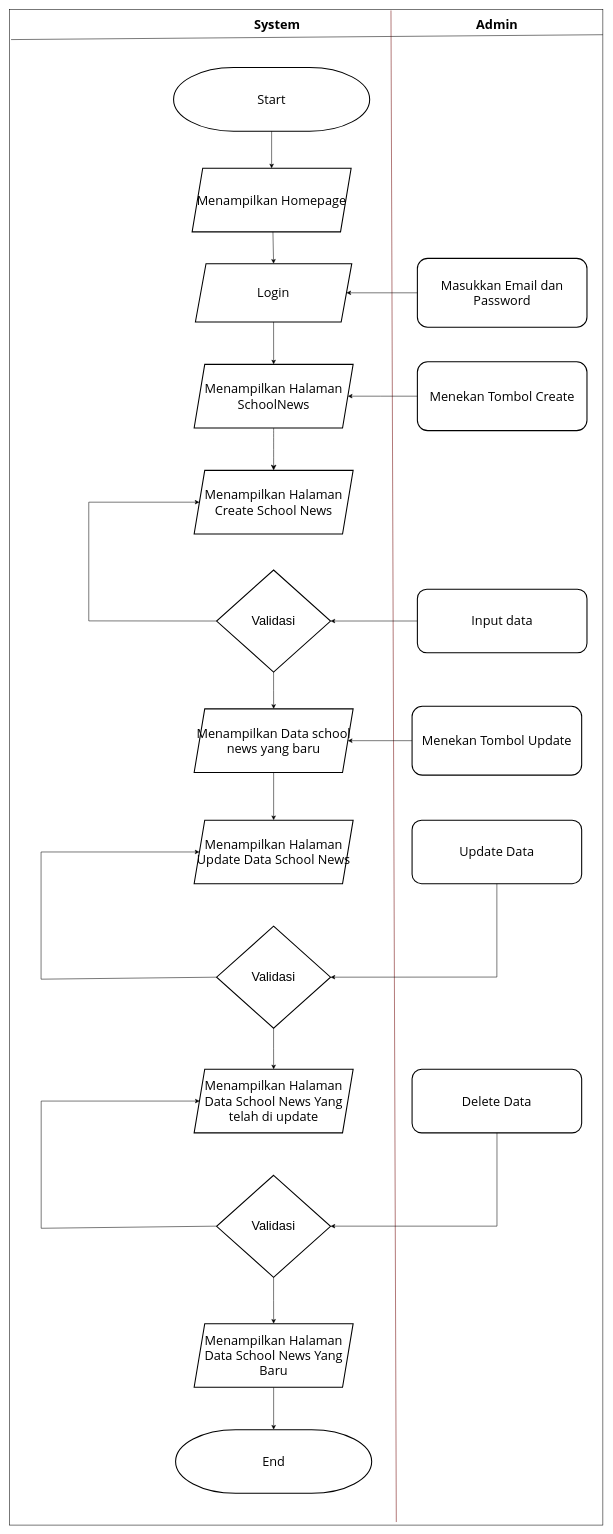
AldoGunawan/kp-tapung keeps this draw.io diagram as page "Page-2" (2 of 3) of Untitled Diagram.drawio. Above is the earlier version. Source tidied: cells renumbered, new cells numbered last; positions are measured from the earlier drawing's top-left corner, leaving out a move shared by most shapes. Both pictures are drawn from the tidied source at 53%, with x=0, y=0 at pixel (9, 9).
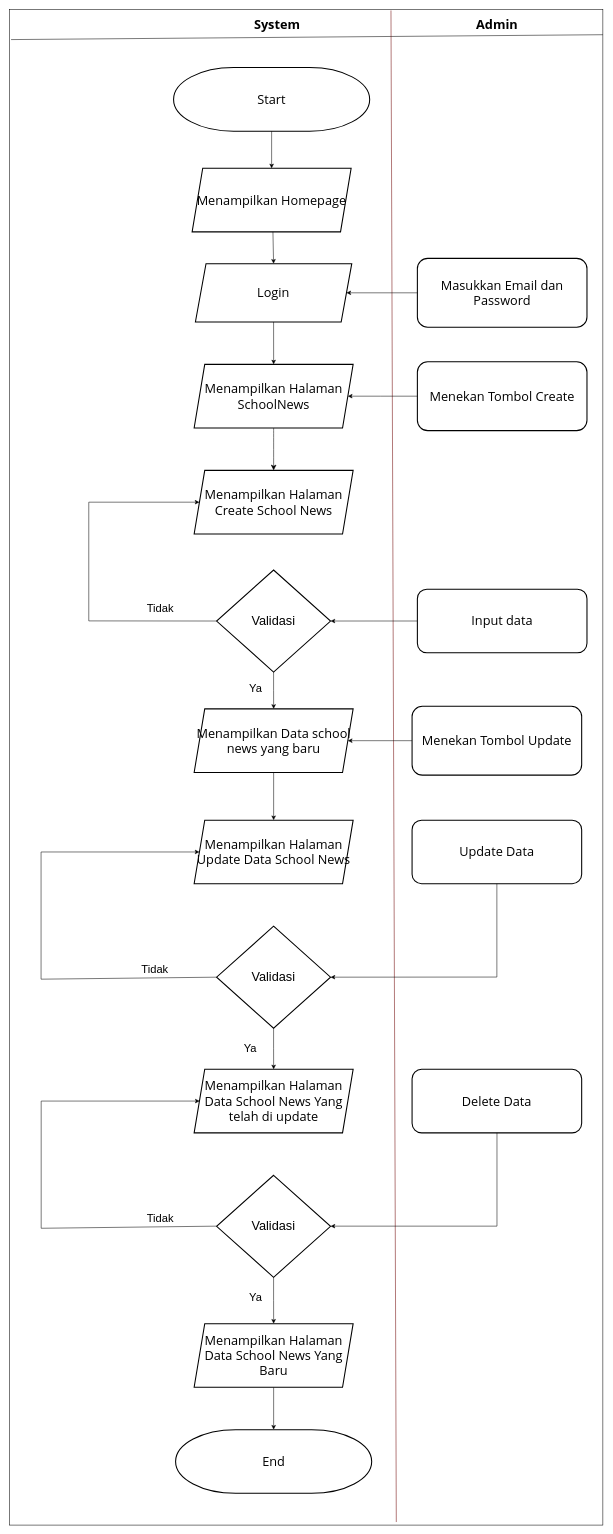
The same page after the edit.

Diff of the diagram source:
```diff
@@
+    <mxCell id="44" value="&lt;font style=&quot;font-size: 21px;&quot;&gt;Ya&lt;/font&gt;" style="text;html=1;align=center;verticalAlign=middle;whiteSpace=wrap;rounded=0;" parent="1" vertex="1">
+      <mxGeometry x="430" y="1260" width="70" height="40" as="geometry" />
+    </mxCell>
+    <mxCell id="45" value="&lt;font style=&quot;font-size: 21px;&quot;&gt;Tidak&lt;/font&gt;" style="text;html=1;align=center;verticalAlign=middle;whiteSpace=wrap;rounded=0;" parent="1" vertex="1">
+      <mxGeometry x="250" y="1110" width="70" height="40" as="geometry" />
+    </mxCell>
+    <mxCell id="46" value="&lt;font style=&quot;font-size: 21px;&quot;&gt;Ya&lt;/font&gt;" style="text;html=1;align=center;verticalAlign=middle;whiteSpace=wrap;rounded=0;" parent="1" vertex="1">
+      <mxGeometry x="420" y="1940" width="70" height="40" as="geometry" />
+    </mxCell>
+    <mxCell id="47" value="&lt;font style=&quot;font-size: 21px;&quot;&gt;Tidak&lt;/font&gt;" style="text;html=1;align=center;verticalAlign=middle;whiteSpace=wrap;rounded=0;" parent="1" vertex="1">
+      <mxGeometry x="240" y="1790" width="70" height="40" as="geometry" />
+    </mxCell>
+    <mxCell id="48" value="&lt;font style=&quot;font-size: 21px;&quot;&gt;Ya&lt;/font&gt;" style="text;html=1;align=center;verticalAlign=middle;whiteSpace=wrap;rounded=0;" parent="1" vertex="1">
+      <mxGeometry x="430" y="2410" width="70" height="40" as="geometry" />
+    </mxCell>
+    <mxCell id="49" value="&lt;font style=&quot;font-size: 21px;&quot;&gt;Tidak&lt;/font&gt;" style="text;html=1;align=center;verticalAlign=middle;whiteSpace=wrap;rounded=0;" parent="1" vertex="1">
+      <mxGeometry x="250" y="2260" width="70" height="40" as="geometry" />
+    </mxCell>
```
